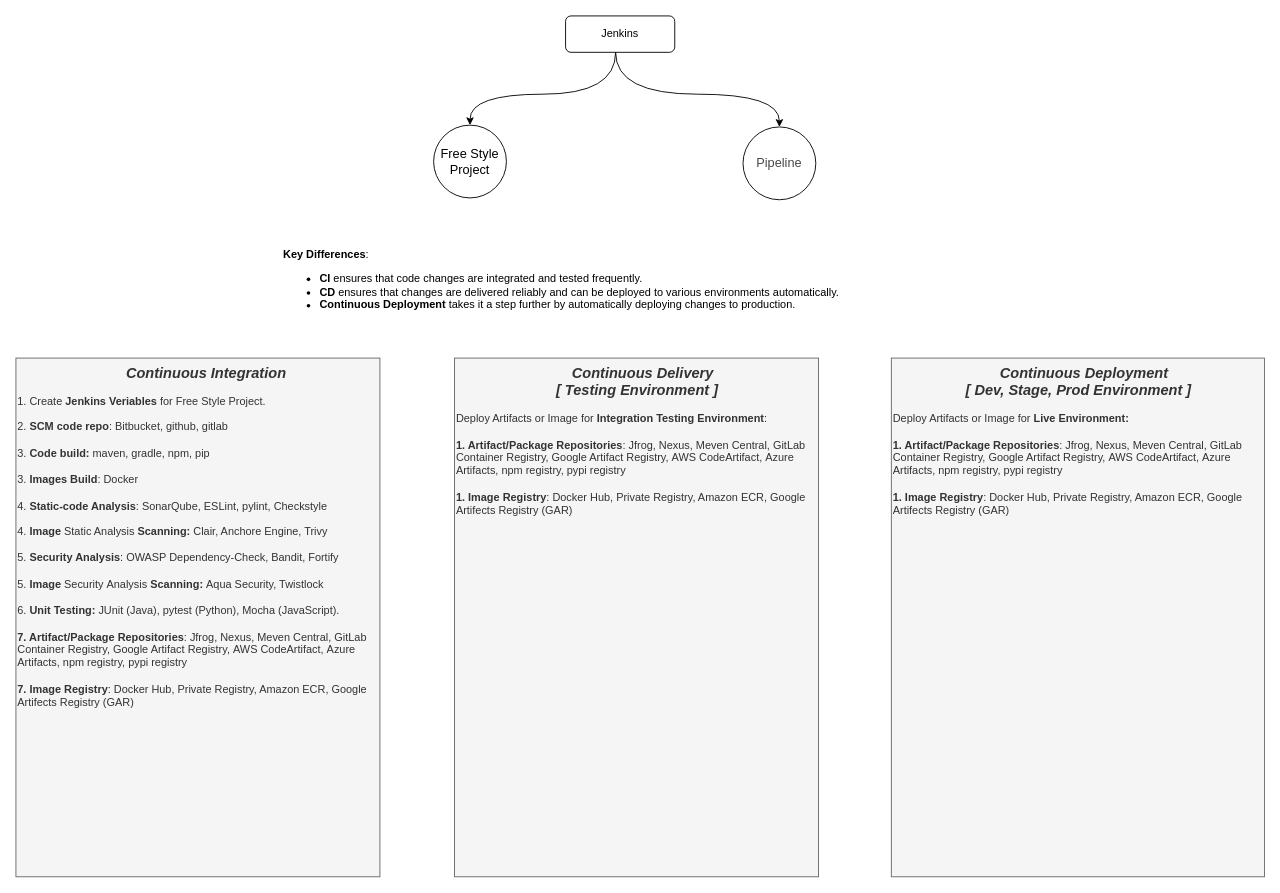
rishant/draw.io keeps this draw.io diagram as Jenkins_CI_CD_Workflow.drawio. Above is the earlier version. Source tidied: cells renumbered, new cells numbered last; positions are measured from the earlier drawing's top-left corner, leaving out a move shared by most shapes. Both pictures are drawn from the tidied source at 91%, with x=0, y=0 at pixel (15, 15).
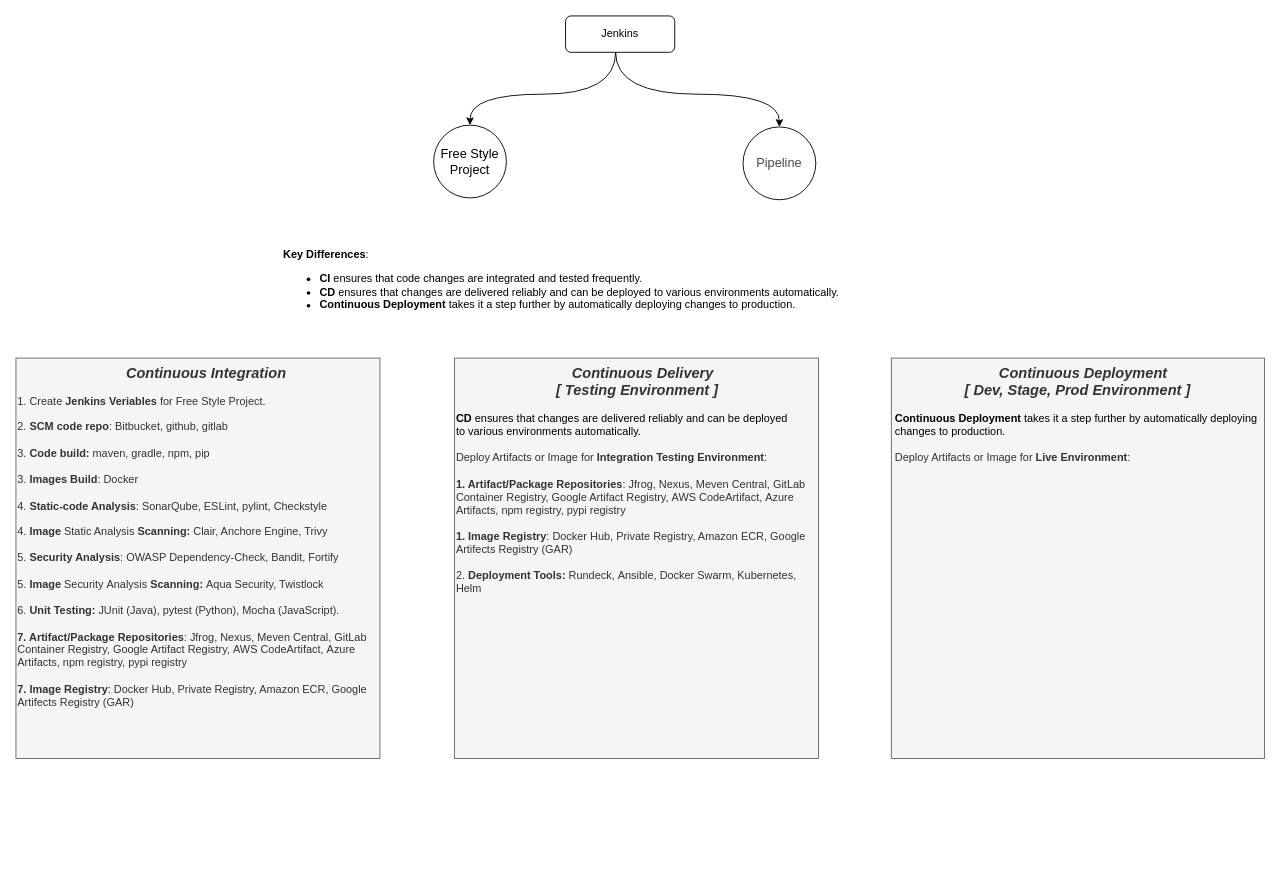
The same diagram, later.

Diff of the diagram source:
```diff
@@
 <mxGraphModel>
   <root>
     <mxCell id="0" />
     <mxCell id="1" parent="0" />
     <mxCell id="2" style="edgeStyle=orthogonalEdgeStyle;rounded=0;jettySize=auto;html=1;curved=1;" parent="1" edge="1" source="4" target="5">
       <mxGeometry relative="1" as="geometry">
         <Array as="points">
           <mxPoint x="659" y="86" />
           <mxPoint x="499" y="86" />
         </Array>
       </mxGeometry>
     </mxCell>
     <mxCell id="3" style="edgeStyle=orthogonalEdgeStyle;rounded=0;jettySize=auto;html=1;curved=1;" parent="1" edge="1" source="4" target="6">
       <mxGeometry relative="1" as="geometry">
         <Array as="points">
           <mxPoint x="659" y="86" />
           <mxPoint x="839" y="86" />
         </Array>
       </mxGeometry>
     </mxCell>
     <mxCell id="4" value="Jenkins" style="rounded=1;whiteSpace=wrap;html=1;" parent="1" vertex="1">
       <mxGeometry x="604" width="120" height="40" as="geometry" />
     </mxCell>
     <mxCell id="5" value="Free Style&lt;div style=&quot;font-size: 14px;&quot;&gt;Project&lt;/div&gt;" style="ellipse;whiteSpace=wrap;html=1;rounded=1;fontSize=14;" parent="1" vertex="1">
       <mxGeometry x="459" y="120" width="80" height="80" as="geometry" />
     </mxCell>
     <mxCell id="6" value="&lt;span style=&quot;color: rgb(71, 71, 71); font-family: Arial, sans-serif; font-size: 14px; text-align: left; background-color: rgb(255, 255, 255);&quot;&gt;Pipeline&lt;/span&gt;" style="ellipse;whiteSpace=wrap;html=1;rounded=1;" parent="1" vertex="1">
       <mxGeometry x="799" y="122" width="80" height="80" as="geometry" />
     </mxCell>
     <mxCell id="7" value="&lt;div style=&quot;text-align: center;&quot;&gt;&amp;nbsp; &amp;nbsp; &amp;nbsp;&lt;font style=&quot;font-size: 16px;&quot;&gt;&lt;b&gt;&lt;i&gt;C&lt;/i&gt;&lt;/b&gt;&lt;span style=&quot;background-color: initial; text-align: left;&quot;&gt;&lt;b&gt;&lt;i&gt;ontinuous&lt;/i&gt;&lt;/b&gt;&lt;/span&gt;&lt;b&gt;&lt;i&gt;&amp;nbsp;Integration&lt;/i&gt;&lt;/b&gt;&lt;/font&gt;&lt;/div&gt;&lt;div&gt;&lt;div style=&quot;text-align: center;&quot;&gt;&lt;br&gt;&lt;/div&gt;&lt;div&gt;1. Create &lt;b&gt;Jenkins Veriables&lt;/b&gt; for Free Style Project.&lt;/div&gt;&lt;/div&gt;&lt;div&gt;&lt;br&gt;&lt;/div&gt;2. &lt;b&gt;SCM code repo&lt;/b&gt;:&amp;nbsp;Bitbucket, github, gitlab&lt;div&gt;&lt;span style=&quot;background-color: initial;&quot;&gt;&lt;br&gt;&lt;/span&gt;&lt;/div&gt;&lt;div&gt;&lt;span style=&quot;background-color: initial;&quot;&gt;3. &lt;b&gt;Code build:&lt;/b&gt;&amp;nbsp;maven, gradle, npm, pip&lt;/span&gt;&lt;br&gt;&lt;/div&gt;&lt;div&gt;&lt;span style=&quot;background-color: initial;&quot;&gt;&lt;br&gt;&lt;/span&gt;&lt;/div&gt;&lt;div&gt;&lt;span style=&quot;background-color: initial;&quot;&gt;3.&amp;nbsp;&lt;/span&gt;&lt;span style=&quot;background-color: initial;&quot;&gt;&lt;b&gt;Images&amp;nbsp;&lt;/b&gt;&lt;/span&gt;&lt;span style=&quot;background-color: initial;&quot;&gt;&lt;b&gt;Build&lt;/b&gt;: Docker&lt;/span&gt;&lt;/div&gt;&lt;div&gt;&lt;span style=&quot;background-color: initial;&quot;&gt;&amp;nbsp;&lt;/span&gt;&lt;/div&gt;&lt;div&gt;4. &lt;b&gt;Static-code Analysis&lt;/b&gt;:&amp;nbsp;SonarQube, ESLint, pylint,&amp;nbsp;&lt;span style=&quot;background-color: initial;&quot;&gt;Checkstyle&lt;/span&gt;&lt;/div&gt;&lt;div&gt;&lt;div&gt;&lt;span style=&quot;background-color: initial;&quot;&gt;&lt;br&gt;&lt;/span&gt;&lt;/div&gt;&lt;div&gt;&lt;span style=&quot;background-color: initial;&quot;&gt;4.&amp;nbsp;&lt;/span&gt;&lt;span style=&quot;background-color: initial;&quot;&gt;&lt;b&gt;Image&amp;nbsp;&lt;/b&gt;&lt;/span&gt;&lt;span style=&quot;background-color: initial;&quot;&gt;Static Analysis&amp;nbsp;&lt;/span&gt;&lt;b style=&quot;background-color: initial;&quot;&gt;Scanning&lt;/b&gt;&lt;b style=&quot;background-color: initial;&quot;&gt;:&lt;/b&gt;&lt;span style=&quot;background-color: initial;&quot;&gt;&amp;nbsp;&lt;/span&gt;&lt;span style=&quot;background-color: initial;&quot;&gt;Clair, Anchore Engine, Trivy&lt;/span&gt;&lt;/div&gt;&lt;/div&gt;&lt;div&gt;&lt;b style=&quot;background-color: initial;&quot;&gt;&lt;br&gt;&lt;/b&gt;&lt;/div&gt;&lt;div&gt;5.&amp;nbsp;&lt;strong style=&quot;background-color: initial;&quot;&gt;Security Analysis&lt;/strong&gt;&lt;span style=&quot;background-color: initial;&quot;&gt;: OWASP Dependency-Check, Bandit, Fortify&lt;/span&gt;&lt;/div&gt;&lt;div&gt;&lt;span style=&quot;background-color: initial;&quot;&gt;&lt;br&gt;&lt;/span&gt;&lt;/div&gt;&lt;div&gt;&lt;span style=&quot;background-color: initial;&quot;&gt;5.&amp;nbsp;&lt;/span&gt;&lt;span style=&quot;background-color: initial;&quot;&gt;&lt;b&gt;Image&amp;nbsp;&lt;/b&gt;&lt;/span&gt;&lt;span style=&quot;background-color: initial;&quot;&gt;Security&lt;/span&gt;&lt;span style=&quot;background-color: initial;&quot;&gt;&amp;nbsp;Analysis&amp;nbsp;&lt;/span&gt;&lt;b style=&quot;background-color: initial;&quot;&gt;Scanning&lt;/b&gt;&lt;b style=&quot;background-color: initial;&quot;&gt;:&amp;nbsp;&lt;/b&gt;&lt;span style=&quot;background-color: initial;&quot;&gt;Aqua Security, Twistlock&lt;/span&gt;&lt;b style=&quot;background-color: initial;&quot;&gt;&amp;nbsp;&lt;/b&gt;&lt;/div&gt;&lt;div&gt;&lt;span style=&quot;background-color: initial;&quot;&gt;&lt;br&gt;&lt;/span&gt;&lt;/div&gt;&lt;div&gt;6.&amp;nbsp;&lt;b&gt;&lt;span style=&quot;background-color: initial;&quot;&gt;Unit &lt;/span&gt;&lt;span style=&quot;background-color: initial;&quot;&gt;Testing:&lt;/span&gt;&lt;/b&gt;&lt;span style=&quot;background-color: initial;&quot;&gt;&amp;nbsp;&lt;/span&gt;&lt;span style=&quot;background-color: initial;&quot;&gt;JUnit (Java), pytest (Python), Mocha (JavaScript).&lt;/span&gt;&lt;/div&gt;&lt;div&gt;&lt;span style=&quot;background-color: initial;&quot;&gt;&lt;br&gt;&lt;/span&gt;&lt;/div&gt;&lt;div&gt;&lt;span style=&quot;background-color: initial;&quot;&gt;&lt;b&gt;7. Artifact/&lt;/b&gt;&lt;/span&gt;&lt;strong style=&quot;background-color: initial;&quot;&gt;Package Repositories&lt;/strong&gt;&lt;span style=&quot;background-color: initial;&quot;&gt;:&amp;nbsp;&lt;/span&gt;&lt;span style=&quot;background-color: initial;&quot;&gt;Jfrog, Nexus, Meven Central,&amp;nbsp;&lt;/span&gt;&lt;span style=&quot;background-color: initial;&quot;&gt;&lt;span style=&quot;background-color: initial;&quot;&gt;GitLab Container Registry,&amp;nbsp;&lt;/span&gt;&lt;span style=&quot;background-color: initial;&quot;&gt;Google Artifact Registry,&amp;nbsp;&lt;/span&gt;&lt;span style=&quot;background-color: initial;&quot;&gt;AWS CodeArtifact,&amp;nbsp;&lt;/span&gt;&lt;span style=&quot;background-color: initial;&quot;&gt;Azure Artifacts,&amp;nbsp;&lt;/span&gt;&lt;/span&gt;&lt;span style=&quot;background-color: initial;&quot;&gt;&lt;span style=&quot;background-color: initial;&quot;&gt;npm registry, pypi&amp;nbsp;&lt;/span&gt;&lt;span style=&quot;background-color: initial;&quot;&gt;registry&lt;/span&gt;&lt;/span&gt;&lt;br&gt;&lt;/div&gt;&lt;div&gt;&lt;span style=&quot;background-color: initial;&quot;&gt;&lt;span style=&quot;background-color: initial;&quot;&gt;&lt;br&gt;&lt;/span&gt;&lt;/span&gt;&lt;/div&gt;&lt;div&gt;&lt;strong&gt;7. Image Registry&lt;/strong&gt;: Docker Hub, Private Registry, Amazon ECR, Google Artifects Registry (GAR)&lt;span style=&quot;background-color: initial;&quot;&gt;&lt;span style=&quot;background-color: initial;&quot;&gt;&lt;br&gt;&lt;/span&gt;&lt;/span&gt;&lt;/div&gt;&lt;div&gt;&lt;br&gt;&lt;/div&gt;" style="text;html=1;align=left;verticalAlign=top;whiteSpace=wrap;rounded=0;horizontal=1;fillColor=#f5f5f5;fontColor=#333333;strokeColor=#666666;" parent="1" vertex="1">
-      <mxGeometry y="376" width="400" height="570" as="geometry" />
+      <mxGeometry y="376" width="400" height="440" as="geometry" />
     </mxCell>
-    <mxCell id="8" value="&lt;div style=&quot;text-align: center;&quot;&gt;&amp;nbsp; &amp;nbsp; &amp;nbsp;&lt;font style=&quot;font-size: 16px;&quot;&gt;&lt;b&gt;&lt;i&gt;C&lt;/i&gt;&lt;/b&gt;&lt;/font&gt;&lt;span style=&quot;background-color: initial; text-align: left; font-size: 16px;&quot;&gt;&lt;b&gt;&lt;i&gt;ontinuous&lt;/i&gt;&lt;/b&gt;&lt;/span&gt;&lt;b style=&quot;font-size: 16px; background-color: initial;&quot;&gt;&lt;i&gt;&amp;nbsp;Deployment&amp;nbsp;&lt;/i&gt;&lt;/b&gt;&lt;/div&gt;&lt;div style=&quot;text-align: center;&quot;&gt;&lt;b style=&quot;font-size: 16px; background-color: initial;&quot;&gt;&lt;i&gt;[&amp;nbsp;&lt;/i&gt;&lt;/b&gt;&lt;b style=&quot;background-color: initial; font-size: 16px;&quot;&gt;&lt;i&gt;Dev, Stage,&amp;nbsp;&lt;/i&gt;&lt;/b&gt;&lt;b style=&quot;background-color: initial; font-size: 16px;&quot;&gt;&lt;i&gt;Prod Environment ]&lt;/i&gt;&lt;/b&gt;&lt;/div&gt;&lt;div&gt;&lt;div&gt;&lt;br&gt;&lt;/div&gt;&lt;div&gt;Deploy Artifacts or Image for &lt;b&gt;Live Environment:&lt;/b&gt;&amp;nbsp;&lt;/div&gt;&lt;/div&gt;&lt;div&gt;&lt;br&gt;&lt;/div&gt;&lt;div&gt;&lt;span style=&quot;background-color: initial;&quot;&gt;&lt;b&gt;1. Artifact/&lt;/b&gt;&lt;/span&gt;&lt;strong style=&quot;background-color: initial;&quot;&gt;Package Repositories&lt;/strong&gt;&lt;span style=&quot;background-color: initial;&quot;&gt;:&amp;nbsp;&lt;/span&gt;&lt;span style=&quot;background-color: initial;&quot;&gt;Jfrog, Nexus, Meven Central,&amp;nbsp;&lt;/span&gt;&lt;span style=&quot;background-color: initial;&quot;&gt;&lt;span style=&quot;background-color: initial;&quot;&gt;GitLab Container Registry,&amp;nbsp;&lt;/span&gt;&lt;span style=&quot;background-color: initial;&quot;&gt;Google Artifact Registry,&amp;nbsp;&lt;/span&gt;&lt;span style=&quot;background-color: initial;&quot;&gt;AWS CodeArtifact,&amp;nbsp;&lt;/span&gt;&lt;span style=&quot;background-color: initial;&quot;&gt;Azure Artifacts,&amp;nbsp;&lt;/span&gt;&lt;/span&gt;&lt;span style=&quot;background-color: initial;&quot;&gt;&lt;span style=&quot;background-color: initial;&quot;&gt;npm registry, pypi&amp;nbsp;&lt;/span&gt;&lt;span style=&quot;background-color: initial;&quot;&gt;registry&lt;/span&gt;&lt;/span&gt;&lt;br&gt;&lt;/div&gt;&lt;div&gt;&lt;span style=&quot;background-color: initial;&quot;&gt;&lt;span style=&quot;background-color: initial;&quot;&gt;&lt;br&gt;&lt;/span&gt;&lt;/span&gt;&lt;/div&gt;&lt;div&gt;&lt;strong&gt;1. Image Registry&lt;/strong&gt;: Docker Hub, Private Registry, Amazon ECR, Google Artifects Registry (GAR)&lt;span style=&quot;background-color: initial;&quot;&gt;&lt;span style=&quot;background-color: initial;&quot;&gt;&lt;br&gt;&lt;/span&gt;&lt;/span&gt;&lt;/div&gt;&lt;div&gt;&lt;br&gt;&lt;/div&gt;" style="text;html=1;align=left;verticalAlign=top;whiteSpace=wrap;rounded=0;horizontal=1;fillColor=#f5f5f5;fontColor=#333333;strokeColor=#666666;" parent="1" vertex="1">
-      <mxGeometry x="962" y="376" width="410" height="570" as="geometry" />
+    <mxCell id="8" value="&lt;div style=&quot;&quot;&gt;&amp;nbsp; &amp;nbsp; &amp;nbsp;&lt;font style=&quot;font-size: 16px;&quot;&gt;&lt;b&gt;&lt;i&gt;C&lt;/i&gt;&lt;/b&gt;&lt;/font&gt;&lt;span style=&quot;background-color: initial; font-size: 16px;&quot;&gt;&lt;b&gt;&lt;i&gt;ontinuous&lt;/i&gt;&lt;/b&gt;&lt;/span&gt;&lt;b style=&quot;font-size: 16px; background-color: initial;&quot;&gt;&lt;i&gt;&amp;nbsp;Deployment&amp;nbsp;&lt;/i&gt;&lt;/b&gt;&lt;/div&gt;&lt;div style=&quot;&quot;&gt;&lt;b style=&quot;font-size: 16px; background-color: initial;&quot;&gt;&lt;i&gt;[&amp;nbsp;&lt;/i&gt;&lt;/b&gt;&lt;b style=&quot;background-color: initial; font-size: 16px;&quot;&gt;&lt;i&gt;Dev, Stage,&amp;nbsp;&lt;/i&gt;&lt;/b&gt;&lt;b style=&quot;background-color: initial; font-size: 16px;&quot;&gt;&lt;i&gt;Prod Environment ]&lt;/i&gt;&lt;/b&gt;&lt;/div&gt;&lt;div style=&quot;&quot;&gt;&lt;strong style=&quot;color: rgb(0, 0, 0); text-wrap: nowrap; background-color: initial;&quot;&gt;&lt;br&gt;&lt;/strong&gt;&lt;/div&gt;&lt;div style=&quot;text-align: left;&quot;&gt;&lt;strong style=&quot;color: rgb(0, 0, 0); text-wrap: nowrap; background-color: initial;&quot;&gt;Continuous Deployment&lt;/strong&gt;&lt;span style=&quot;color: rgb(0, 0, 0); text-wrap: nowrap; background-color: initial;&quot;&gt;&amp;nbsp;takes it a step further by automatically deploying&amp;nbsp;&lt;/span&gt;&lt;/div&gt;&lt;div style=&quot;text-align: left;&quot;&gt;&lt;span style=&quot;color: rgb(0, 0, 0); text-wrap: nowrap; background-color: initial;&quot;&gt;changes to production.&lt;/span&gt;&lt;/div&gt;&lt;div style=&quot;text-align: left;&quot;&gt;&lt;span style=&quot;color: rgb(0, 0, 0); text-wrap: nowrap; background-color: initial;&quot;&gt;&lt;br&gt;&lt;/span&gt;&lt;/div&gt;&lt;div style=&quot;text-align: left;&quot;&gt;&lt;div&gt;Deploy Artifacts or Image for&amp;nbsp;&lt;b&gt;Live&amp;nbsp;&lt;/b&gt;&lt;span style=&quot;background-color: initial;&quot;&gt;&lt;b&gt;Environment&lt;/b&gt;&lt;/span&gt;&lt;span style=&quot;background-color: initial;&quot;&gt;:&lt;/span&gt;&lt;/div&gt;&lt;div&gt;&lt;span style=&quot;background-color: initial;&quot;&gt;&lt;br&gt;&lt;/span&gt;&lt;/div&gt;&lt;/div&gt;" style="text;html=1;align=center;verticalAlign=top;whiteSpace=wrap;rounded=0;horizontal=1;fillColor=#f5f5f5;fontColor=#333333;strokeColor=#666666;" parent="1" vertex="1">
+      <mxGeometry x="962" y="376" width="410" height="440" as="geometry" />
     </mxCell>
     <mxCell id="9" value="&lt;p&gt;&lt;strong&gt;Key Differences&lt;/strong&gt;:&lt;/p&gt;&lt;ul&gt;&lt;li&gt;&lt;strong&gt;CI&lt;/strong&gt; ensures that code changes are integrated and tested frequently.&lt;/li&gt;&lt;li&gt;&lt;strong&gt;CD&lt;/strong&gt; ensures that changes are delivered reliably and can be deployed to various environments automatically.&lt;/li&gt;&lt;li&gt;&lt;strong&gt;Continuous Deployment&lt;/strong&gt; takes it a step further by automatically deploying changes to production.&lt;/li&gt;&lt;/ul&gt;" style="text;html=1;align=left;verticalAlign=middle;strokeColor=none;fillColor=none;" parent="1" vertex="1">
       <mxGeometry x="292" y="235" width="630" height="110" as="geometry" />
     </mxCell>
-    <mxCell id="10" value="&lt;div style=&quot;text-align: center;&quot;&gt;&amp;nbsp; &amp;nbsp; &amp;nbsp;&lt;span style=&quot;background-color: initial; text-align: left; font-size: 16px;&quot;&gt;&lt;b&gt;&lt;i&gt;Continuous Delivery&lt;/i&gt;&lt;/b&gt;&lt;/span&gt;&lt;b style=&quot;font-size: 16px; background-color: initial;&quot;&gt;&lt;i&gt;&amp;nbsp;&lt;/i&gt;&lt;/b&gt;&lt;/div&gt;&lt;div style=&quot;text-align: center;&quot;&gt;&lt;font style=&quot;font-size: 16px;&quot;&gt;&lt;b&gt;&lt;i&gt;[ Testing Environment ]&lt;/i&gt;&lt;/b&gt;&lt;/font&gt;&lt;/div&gt;&lt;div&gt;&lt;div&gt;&lt;br&gt;&lt;/div&gt;&lt;div&gt;Deploy Artifacts or Image for &lt;b&gt;Integration Testing&amp;nbsp;&lt;/b&gt;&lt;span style=&quot;background-color: initial;&quot;&gt;&lt;b&gt;Environment&lt;/b&gt;&lt;/span&gt;&lt;span style=&quot;background-color: initial;&quot;&gt;:&lt;/span&gt;&lt;/div&gt;&lt;/div&gt;&lt;div&gt;&lt;span style=&quot;background-color: initial;&quot;&gt;&lt;br&gt;&lt;/span&gt;&lt;/div&gt;&lt;div&gt;&lt;span style=&quot;background-color: initial;&quot;&gt;&lt;b&gt;1. Artifact/&lt;/b&gt;&lt;/span&gt;&lt;strong style=&quot;background-color: initial;&quot;&gt;Package Repositories&lt;/strong&gt;&lt;span style=&quot;background-color: initial;&quot;&gt;:&amp;nbsp;&lt;/span&gt;&lt;span style=&quot;background-color: initial;&quot;&gt;Jfrog, Nexus, Meven Central,&amp;nbsp;&lt;/span&gt;&lt;span style=&quot;background-color: initial;&quot;&gt;&lt;span style=&quot;background-color: initial;&quot;&gt;GitLab Container Registry,&amp;nbsp;&lt;/span&gt;&lt;span style=&quot;background-color: initial;&quot;&gt;Google Artifact Registry,&amp;nbsp;&lt;/span&gt;&lt;span style=&quot;background-color: initial;&quot;&gt;AWS CodeArtifact,&amp;nbsp;&lt;/span&gt;&lt;span style=&quot;background-color: initial;&quot;&gt;Azure Artifacts,&amp;nbsp;&lt;/span&gt;&lt;/span&gt;&lt;span style=&quot;background-color: initial;&quot;&gt;&lt;span style=&quot;background-color: initial;&quot;&gt;npm registry, pypi&amp;nbsp;&lt;/span&gt;&lt;span style=&quot;background-color: initial;&quot;&gt;registry&lt;/span&gt;&lt;/span&gt;&lt;br&gt;&lt;/div&gt;&lt;div&gt;&lt;span style=&quot;background-color: initial;&quot;&gt;&lt;span style=&quot;background-color: initial;&quot;&gt;&lt;br&gt;&lt;/span&gt;&lt;/span&gt;&lt;/div&gt;&lt;div&gt;&lt;strong&gt;1. Image Registry&lt;/strong&gt;: Docker Hub, Private Registry, Amazon ECR, Google Artifects Registry (GAR)&lt;span style=&quot;background-color: initial;&quot;&gt;&lt;span style=&quot;background-color: initial;&quot;&gt;&lt;br&gt;&lt;/span&gt;&lt;/span&gt;&lt;/div&gt;&lt;div&gt;&lt;br&gt;&lt;/div&gt;" style="text;html=1;align=left;verticalAlign=top;whiteSpace=wrap;rounded=0;horizontal=1;fillColor=#f5f5f5;fontColor=#333333;strokeColor=#666666;" parent="1" vertex="1">
-      <mxGeometry x="482" y="376" width="400" height="570" as="geometry" />
+    <mxCell id="10" value="&lt;div style=&quot;text-align: center;&quot;&gt;&amp;nbsp; &amp;nbsp; &amp;nbsp;&lt;span style=&quot;background-color: initial; text-align: left; font-size: 16px;&quot;&gt;&lt;b&gt;&lt;i&gt;Continuous Delivery&lt;/i&gt;&lt;/b&gt;&lt;/span&gt;&lt;b style=&quot;font-size: 16px; background-color: initial;&quot;&gt;&lt;i&gt;&amp;nbsp;&lt;/i&gt;&lt;/b&gt;&lt;/div&gt;&lt;div style=&quot;text-align: center;&quot;&gt;&lt;font style=&quot;font-size: 16px;&quot;&gt;&lt;b&gt;&lt;i&gt;[ Testing Environment ]&lt;/i&gt;&lt;/b&gt;&lt;/font&gt;&lt;/div&gt;&lt;div&gt;&lt;div&gt;&lt;br&gt;&lt;/div&gt;&lt;div&gt;&lt;strong style=&quot;background-color: initial; text-wrap: nowrap; color: rgb(0, 0, 0);&quot;&gt;CD&lt;/strong&gt;&lt;span style=&quot;background-color: initial; text-wrap: nowrap; color: rgb(0, 0, 0);&quot;&gt;&amp;nbsp;&lt;/span&gt;&lt;span style=&quot;background-color: initial; text-wrap: nowrap; color: rgb(0, 0, 0);&quot;&gt;ensures that changes are delivered reliably and can be deployed&amp;nbsp;&lt;/span&gt;&lt;br&gt;&lt;/div&gt;&lt;div&gt;&lt;span style=&quot;color: rgb(0, 0, 0); text-wrap: nowrap; background-color: initial;&quot;&gt;to various environments automatically.&lt;/span&gt;&lt;/div&gt;&lt;/div&gt;&lt;div&gt;&lt;span style=&quot;color: rgb(0, 0, 0); text-wrap: nowrap; background-color: initial;&quot;&gt;&lt;br&gt;&lt;/span&gt;&lt;/div&gt;&lt;div&gt;&lt;div&gt;Deploy Artifacts or Image for&amp;nbsp;&lt;b&gt;Integration Testing&amp;nbsp;&lt;/b&gt;&lt;span style=&quot;background-color: initial;&quot;&gt;&lt;b&gt;Environment&lt;/b&gt;&lt;/span&gt;&lt;span style=&quot;background-color: initial;&quot;&gt;:&lt;/span&gt;&lt;/div&gt;&lt;/div&gt;&lt;div&gt;&lt;span style=&quot;background-color: initial;&quot;&gt;&lt;br&gt;&lt;/span&gt;&lt;/div&gt;&lt;div&gt;&lt;span style=&quot;background-color: initial;&quot;&gt;&lt;b&gt;1. Artifact/&lt;/b&gt;&lt;/span&gt;&lt;strong style=&quot;background-color: initial;&quot;&gt;Package Repositories&lt;/strong&gt;&lt;span style=&quot;background-color: initial;&quot;&gt;:&amp;nbsp;&lt;/span&gt;&lt;span style=&quot;background-color: initial;&quot;&gt;Jfrog, Nexus, Meven Central,&amp;nbsp;&lt;/span&gt;&lt;span style=&quot;background-color: initial;&quot;&gt;&lt;span style=&quot;background-color: initial;&quot;&gt;GitLab Container Registry,&amp;nbsp;&lt;/span&gt;&lt;span style=&quot;background-color: initial;&quot;&gt;Google Artifact Registry,&amp;nbsp;&lt;/span&gt;&lt;span style=&quot;background-color: initial;&quot;&gt;AWS CodeArtifact,&amp;nbsp;&lt;/span&gt;&lt;span style=&quot;background-color: initial;&quot;&gt;Azure Artifacts,&amp;nbsp;&lt;/span&gt;&lt;/span&gt;&lt;span style=&quot;background-color: initial;&quot;&gt;&lt;span style=&quot;background-color: initial;&quot;&gt;npm registry, pypi&amp;nbsp;&lt;/span&gt;&lt;span style=&quot;background-color: initial;&quot;&gt;registry&lt;/span&gt;&lt;/span&gt;&lt;br&gt;&lt;/div&gt;&lt;div&gt;&lt;span style=&quot;background-color: initial;&quot;&gt;&lt;span style=&quot;background-color: initial;&quot;&gt;&lt;br&gt;&lt;/span&gt;&lt;/span&gt;&lt;/div&gt;&lt;div&gt;&lt;strong&gt;1. Image Registry&lt;/strong&gt;: Docker Hub, Private Registry, Amazon ECR, Google Artifects Registry (GAR)&lt;span style=&quot;background-color: initial;&quot;&gt;&lt;span style=&quot;background-color: initial;&quot;&gt;&lt;br&gt;&lt;/span&gt;&lt;/span&gt;&lt;/div&gt;&lt;div&gt;&lt;br&gt;&lt;/div&gt;&lt;div&gt;2. &lt;b&gt;Deployment Tools: &lt;/b&gt;Rundeck,&lt;b&gt;&amp;nbsp;&lt;/b&gt;&lt;span style=&quot;background-color: initial;&quot;&gt;Ansible, Docker Swarm, Kubernetes, Helm&lt;/span&gt;&lt;/div&gt;" style="text;html=1;align=left;verticalAlign=top;whiteSpace=wrap;rounded=0;horizontal=1;fillColor=#f5f5f5;fontColor=#333333;strokeColor=#666666;" parent="1" vertex="1">
+      <mxGeometry x="482" y="376" width="400" height="440" as="geometry" />
     </mxCell>
   </root>
 </mxGraphModel>
```
